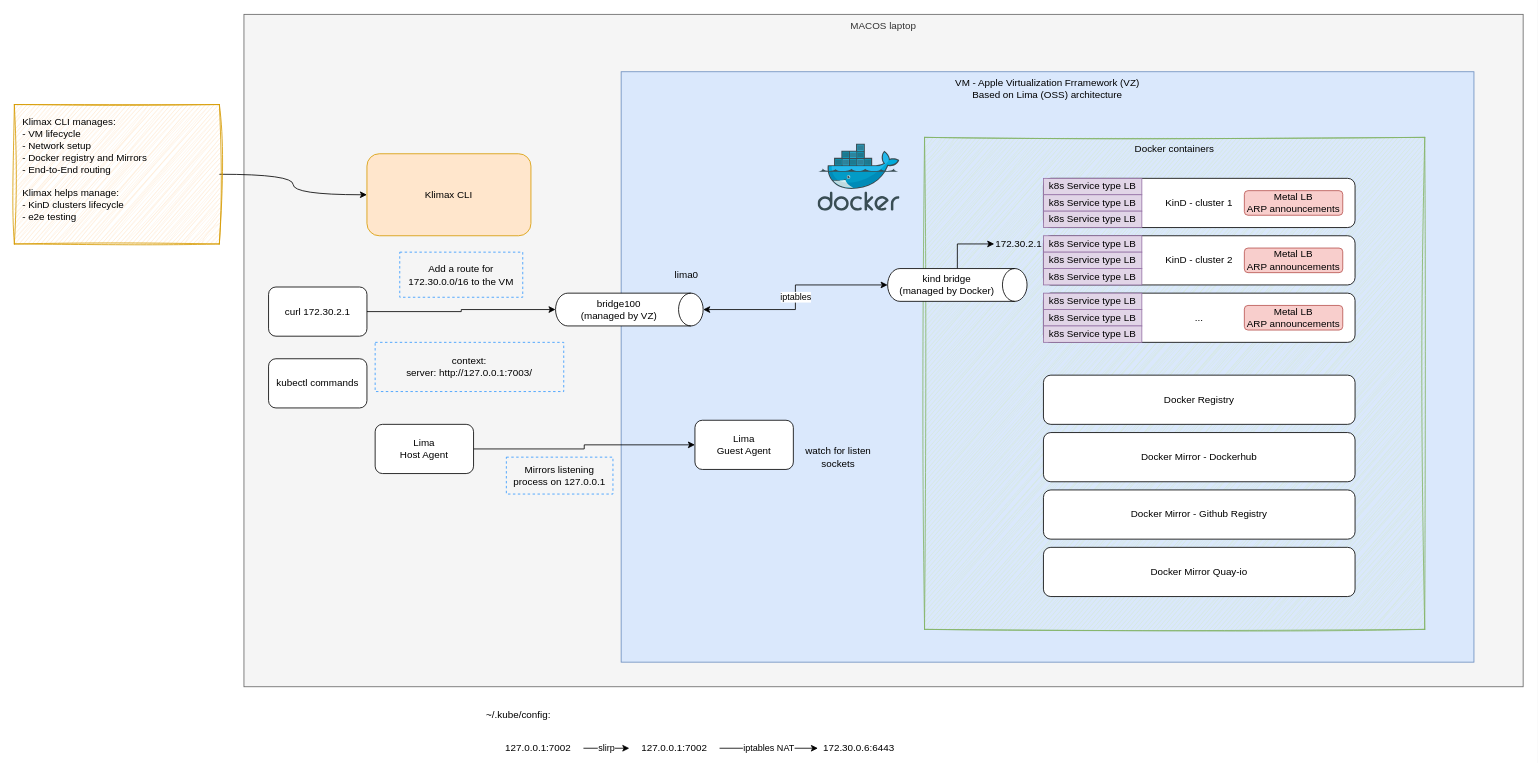
This is docs/KLIMAX - architecture.drawio from bcollard/klimax, a draw.io file, before an edit. Source tidied: cells renumbered, new cells numbered last; positions are measured from the earlier drawing's top-left corner, leaving out a move shared by most shapes. Both pictures are drawn from the tidied source at 82%, with x=0, y=0 at pixel (14, 14).
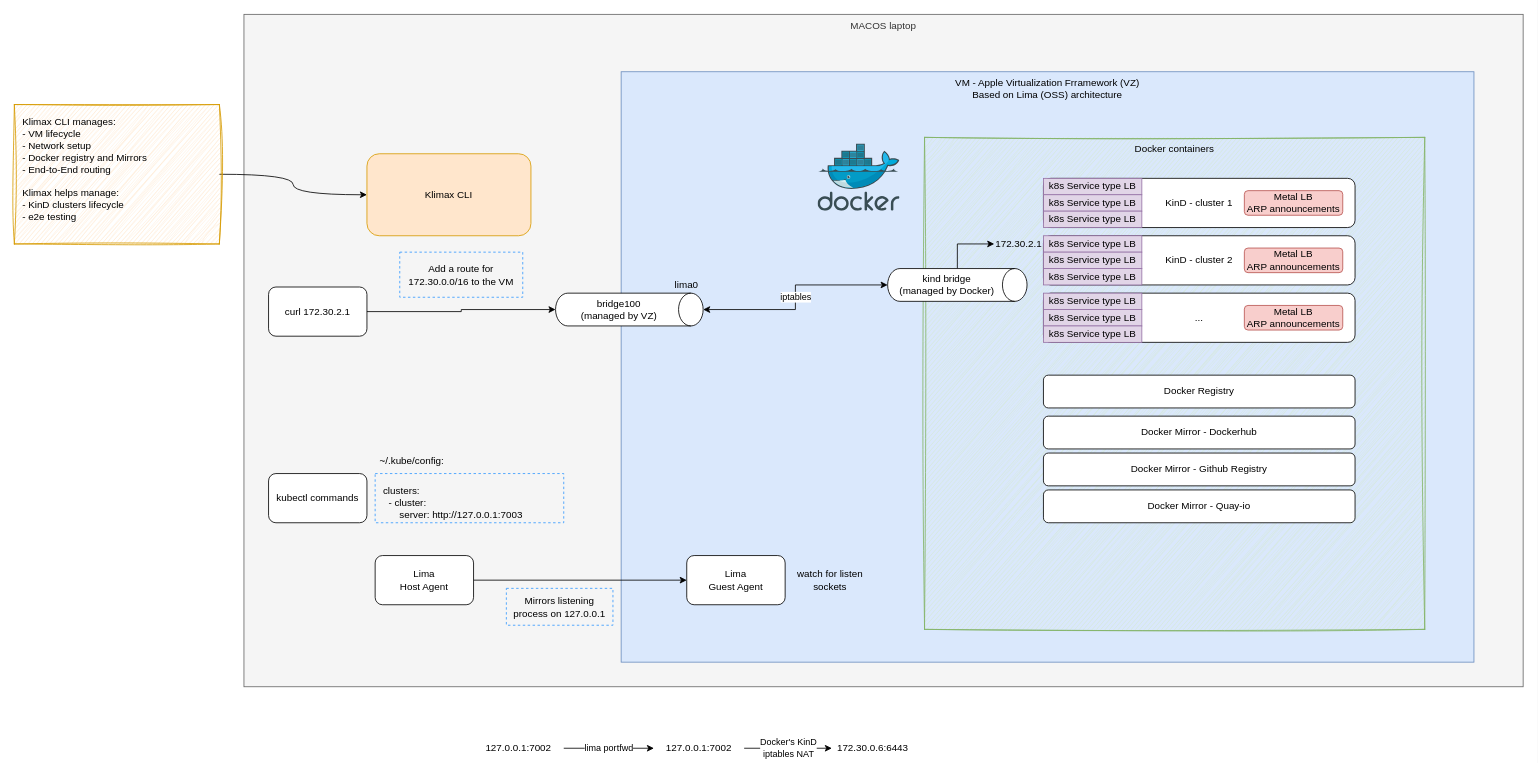
The same page after the edit.

The edit, as a diff of the source:
```diff
@@
     <mxCell id="5" value="Lima&lt;br&gt;Guest Agent" style="rounded=1;whiteSpace=wrap;html=1;" parent="1" vertex="1">
-      <mxGeometry x="830" y="495" width="120" height="60" as="geometry" />
+      <mxGeometry x="820" y="660" width="120" height="60" as="geometry" />
     </mxCell>
@@
     <mxCell id="7" value="Lima&lt;br&gt;Host Agent" style="rounded=1;whiteSpace=wrap;html=1;" parent="1" vertex="1">
-      <mxGeometry x="440" y="500" width="120" height="60" as="geometry" />
+      <mxGeometry x="440" y="660" width="120" height="60" as="geometry" />
     </mxCell>
@@
     <mxCell id="12" value="Docker Registry" style="rounded=1;whiteSpace=wrap;html=1;" parent="1" vertex="1">
-      <mxGeometry x="1255" y="440" width="380" height="60" as="geometry" />
+      <mxGeometry x="1255" y="440" width="380" height="40" as="geometry" />
     </mxCell>
     <mxCell id="13" value="Docker Mirror - Dockerhub" style="rounded=1;whiteSpace=wrap;html=1;" parent="1" vertex="1">
-      <mxGeometry x="1255" y="510" width="380" height="60" as="geometry" />
+      <mxGeometry x="1255" y="490" width="380" height="40" as="geometry" />
     </mxCell>
     <mxCell id="14" value="Docker Mirror - Github Registry" style="rounded=1;whiteSpace=wrap;html=1;" parent="1" vertex="1">
-      <mxGeometry x="1255" y="580" width="380" height="60" as="geometry" />
+      <mxGeometry x="1255" y="535" width="380" height="40" as="geometry" />
     </mxCell>
-    <mxCell id="15" value="Docker Mirror Quay-io" style="rounded=1;whiteSpace=wrap;html=1;" parent="1" vertex="1">
-      <mxGeometry x="1255" y="650" width="380" height="60" as="geometry" />
+    <mxCell id="15" value="Docker Mirror - Quay-io" style="rounded=1;whiteSpace=wrap;html=1;" parent="1" vertex="1">
+      <mxGeometry x="1255" y="580" width="380" height="40" as="geometry" />
     </mxCell>
@@
     <mxCell id="19" value="lima0" style="text;html=1;whiteSpace=wrap;strokeColor=none;fillColor=none;align=center;verticalAlign=middle;rounded=0;" parent="1" vertex="1">
-      <mxGeometry x="790" y="302.5" width="60" height="30" as="geometry" />
+      <mxGeometry x="790" y="315" width="60" height="30" as="geometry" />
     </mxCell>
@@
     <mxCell id="22" value="watch for listen sockets" style="text;html=1;whiteSpace=wrap;strokeColor=none;fillColor=none;align=center;verticalAlign=middle;rounded=0;" parent="1" vertex="1">
-      <mxGeometry x="950" y="520" width="110" height="40" as="geometry" />
+      <mxGeometry x="940" y="670" width="110" height="40" as="geometry" />
     </mxCell>
     <mxCell id="23" value="Mirrors listening process on 127.0.0.1" style="text;html=1;whiteSpace=wrap;strokeColor=#3399FF;fillColor=none;align=center;verticalAlign=middle;rounded=0;dashed=1;" parent="1" vertex="1">
-      <mxGeometry x="600" y="540" width="130" height="45" as="geometry" />
+      <mxGeometry x="600" y="700" width="130" height="45" as="geometry" />
     </mxCell>
@@
     <mxCell id="41" value="kubectl commands" style="rounded=1;whiteSpace=wrap;html=1;" parent="1" vertex="1">
-      <mxGeometry x="310" y="420" width="120" height="60" as="geometry" />
+      <mxGeometry x="310" y="560" width="120" height="60" as="geometry" />
     </mxCell>
-    <mxCell id="42" value="context:&lt;br&gt;server: http://127.0.0.1:7003/" style="text;html=1;whiteSpace=wrap;align=center;verticalAlign=middle;rounded=0;strokeColor=#3399FF;dashed=1;" parent="1" vertex="1">
-      <mxGeometry x="440" y="400" width="230" height="60" as="geometry" />
+    <mxCell id="42" value="clusters:&lt;br&gt;&amp;nbsp; - cluster:&lt;div&gt;&amp;nbsp; &amp;nbsp; &amp;nbsp; server: http://127.0.0.1:7003&lt;/div&gt;" style="text;html=1;whiteSpace=wrap;align=left;verticalAlign=top;rounded=0;strokeColor=#3399FF;dashed=1;spacing=10;" parent="1" vertex="1">
+      <mxGeometry x="440" y="560" width="230" height="60" as="geometry" />
     </mxCell>
@@
     <mxCell id="44" value="172.30.0.6:6443" style="text;html=1;whiteSpace=wrap;strokeColor=none;fillColor=none;align=center;verticalAlign=middle;rounded=0;" parent="1" vertex="1">
-      <mxGeometry x="980" y="880" width="100" height="30" as="geometry" />
+      <mxGeometry x="997" y="880" width="100" height="30" as="geometry" />
     </mxCell>
-    <mxCell id="45" value="slirp" style="edgeStyle=orthogonalEdgeStyle;rounded=0;jettySize=auto;html=1;entryX=0;entryY=0.5;entryDx=0;entryDy=0;" parent="1" edge="1" source="46" target="48">
+    <mxCell id="45" value="lima portfwd" style="edgeStyle=orthogonalEdgeStyle;rounded=0;jettySize=auto;html=1;entryX=0;entryY=0.5;entryDx=0;entryDy=0;" parent="1" edge="1" source="46" target="48">
       <mxGeometry relative="1" as="geometry" />
     </mxCell>
     <mxCell id="46" value="127.0.0.1:7002" style="text;html=1;whiteSpace=wrap;strokeColor=none;fillColor=none;align=center;verticalAlign=middle;rounded=0;" parent="1" vertex="1">
-      <mxGeometry x="584" y="880" width="110" height="30" as="geometry" />
+      <mxGeometry x="560" y="880" width="110" height="30" as="geometry" />
     </mxCell>
-    <mxCell id="47" value="iptables NAT" style="edgeStyle=orthogonalEdgeStyle;rounded=0;jettySize=auto;html=1;entryX=0;entryY=0.5;entryDx=0;entryDy=0;" parent="1" edge="1" source="48" target="44">
+    <mxCell id="47" value="Docker's KinD&lt;br&gt;iptables NAT" style="edgeStyle=orthogonalEdgeStyle;rounded=0;jettySize=auto;html=1;entryX=0;entryY=0.5;entryDx=0;entryDy=0;" parent="1" edge="1" source="48" target="44">
       <mxGeometry relative="1" as="geometry" />
     </mxCell>
     <mxCell id="48" value="127.0.0.1:7002" style="text;html=1;whiteSpace=wrap;strokeColor=none;fillColor=none;align=center;verticalAlign=middle;rounded=0;" parent="1" vertex="1">
-      <mxGeometry x="750" y="880" width="110" height="30" as="geometry" />
+      <mxGeometry x="780" y="880" width="110" height="30" as="geometry" />
     </mxCell>
     <mxCell id="49" value="~/.kube/config:" style="text;html=1;whiteSpace=wrap;strokeColor=none;fillColor=none;align=center;verticalAlign=middle;rounded=0;" parent="1" vertex="1">
-      <mxGeometry x="560" y="840" width="110" height="30" as="geometry" />
+      <mxGeometry x="430" y="530" width="110" height="30" as="geometry" />
     </mxCell>
```
